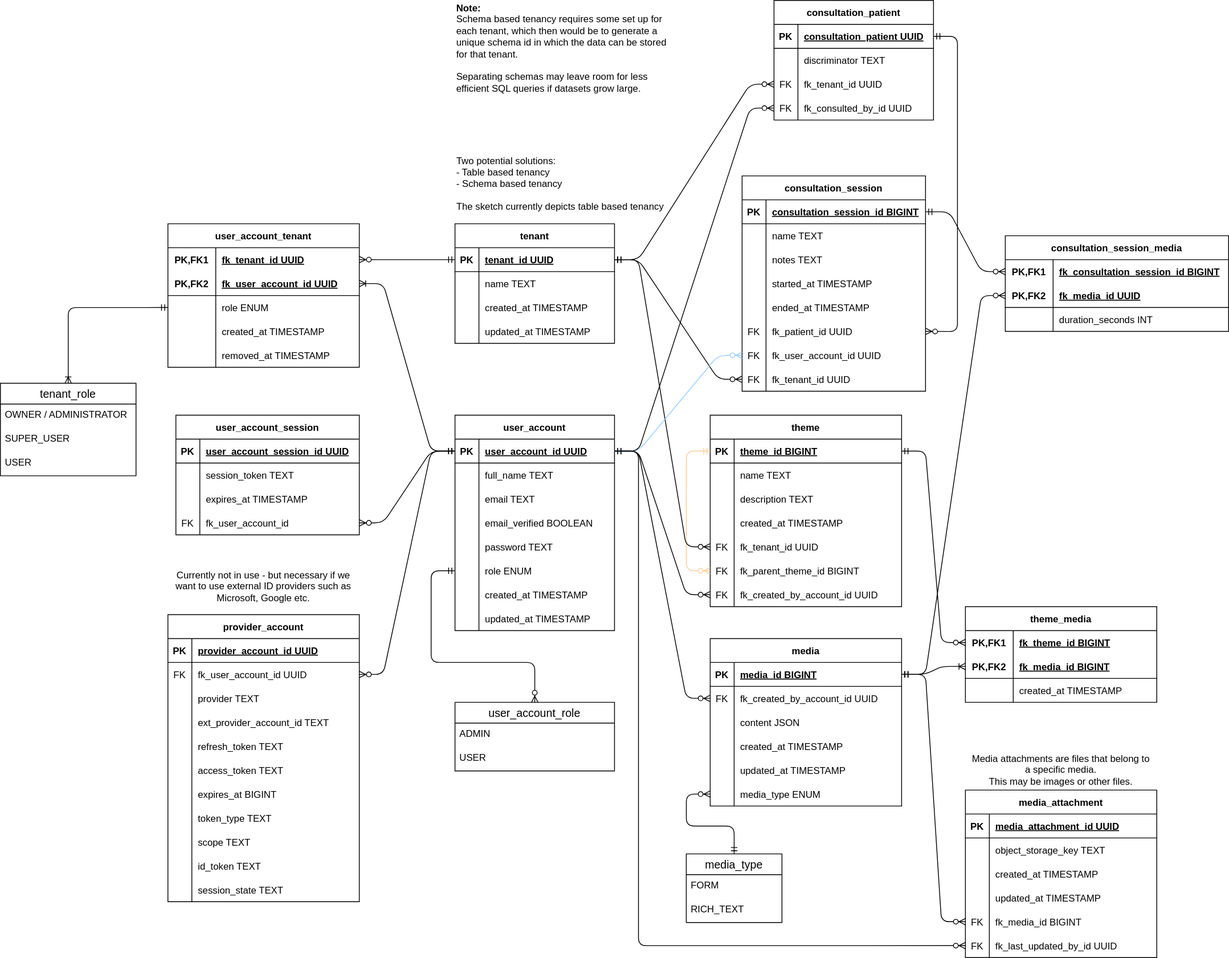
Above: docs/erdiagram.drawio.svg in NTNU-IE-IIR/tidlig-innsats-ungdom (draw.io), before the change. Source tidied: cells renumbered, new cells last; positions are measured from the earlier drawing's top-left corner, leaving out a move shared by most shapes.
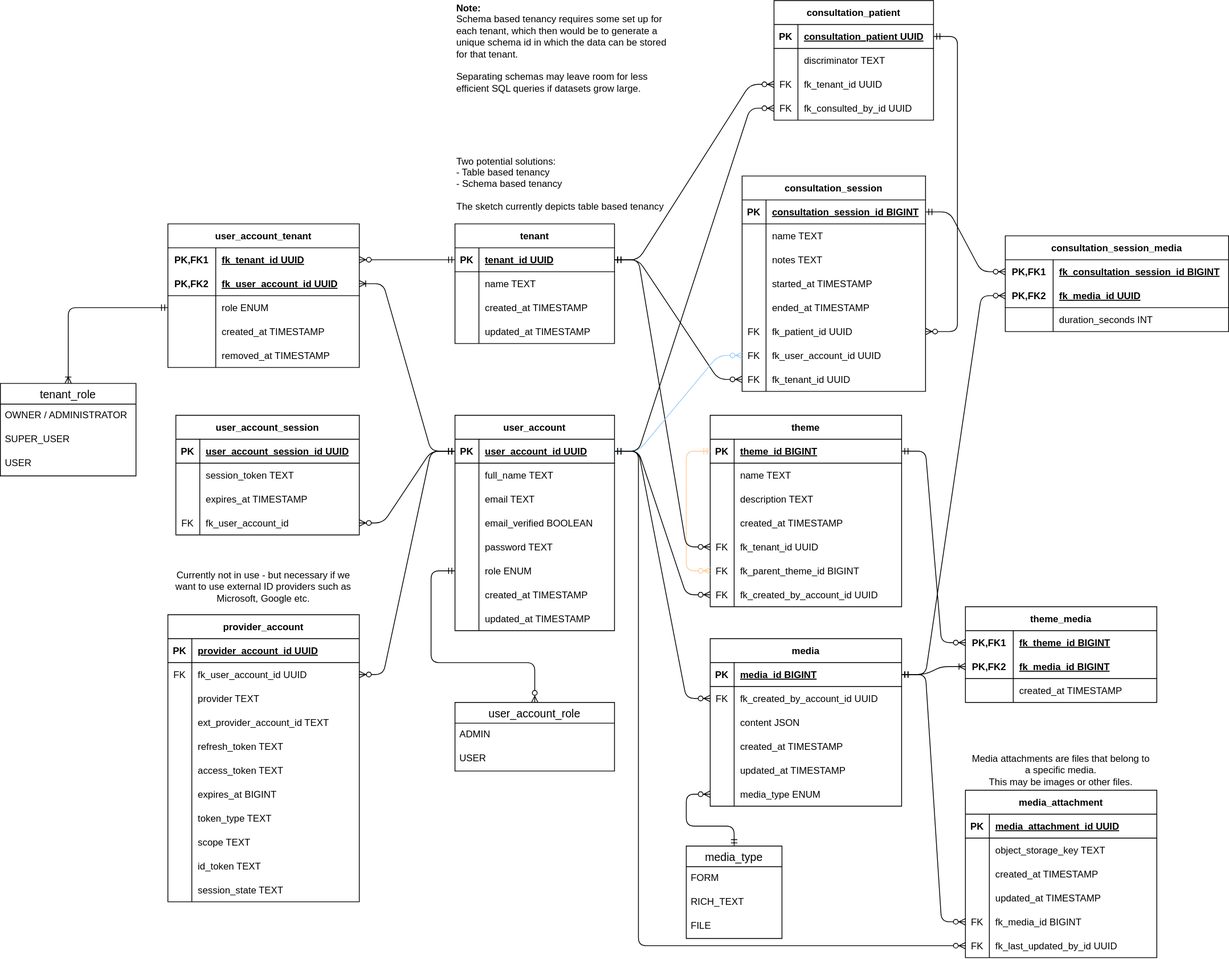
The same diagram one commit later.

Commit message:
docs: add missing media_type enum value

The edit, as a diff of the source:
```diff
@@ -212,7 +212,7 @@
       <mxGeometry x="30" width="210" height="30" as="geometry" />
     </mxCell>
     <mxCell id="70" value="media_type" style="swimlane;fontStyle=0;horizontal=1;startSize=26;align=center;fontSize=14;" parent="1" vertex="1">
-      <mxGeometry x="860" y="1070" width="120" height="86" as="geometry" />
+      <mxGeometry x="860" y="1060" width="120" height="116" as="geometry" />
     </mxCell>
     <mxCell id="71" value="FORM" style="text;strokeColor=none;fillColor=none;spacingLeft=4;spacingRight=4;overflow=hidden;fontSize=12;" parent="70" vertex="1">
       <mxGeometry y="26" width="120" height="30" as="geometry" />
@@ -220,6 +220,9 @@
     <mxCell id="72" value="RICH_TEXT" style="text;strokeColor=none;fillColor=none;spacingLeft=4;spacingRight=4;overflow=hidden;fontSize=12;" parent="70" vertex="1">
       <mxGeometry y="56" width="120" height="30" as="geometry" />
     </mxCell>
+    <mxCell id="257" value="FILE" style="text;strokeColor=none;fillColor=none;spacingLeft=4;spacingRight=4;overflow=hidden;fontSize=12;" parent="70" vertex="1">
+      <mxGeometry y="86" width="120" height="30" as="geometry" />
+    </mxCell>
     <mxCell id="73" style="edgeStyle=entityRelationEdgeStyle;fontSize=12;html=1;endArrow=ERzeroToMany;startArrow=ERmandOne;exitX=1;exitY=0.5;exitDx=0;exitDy=0;entryX=0;entryY=0.5;entryDx=0;entryDy=0;" parent="1" edge="1" source="3" target="55">
       <mxGeometry relative="1" as="geometry" />
     </mxCell>
```
